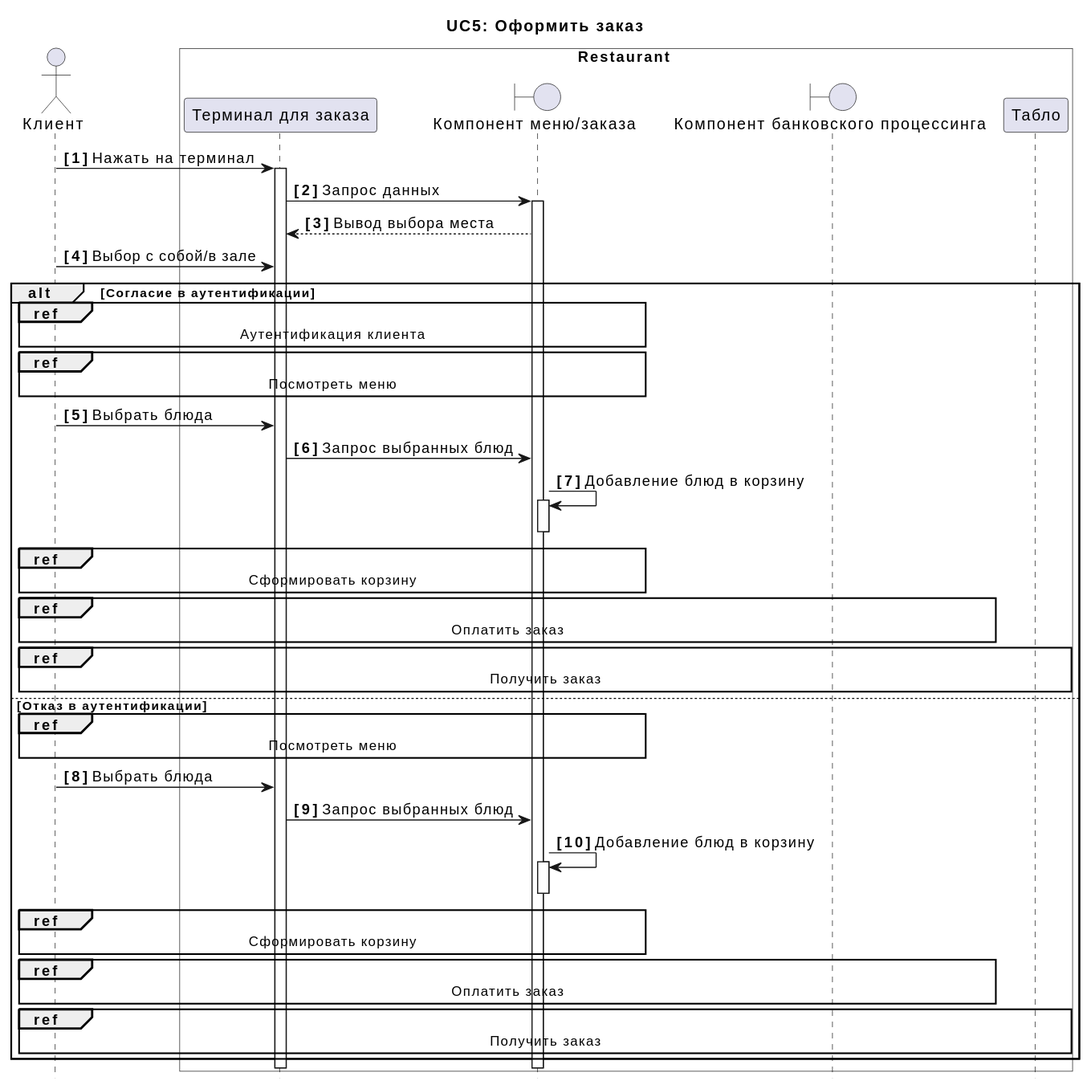
Above: docs/diagrams/include/UC5.svg in xxx996/OTUS_Restaraunt (PlantUML), before the change.
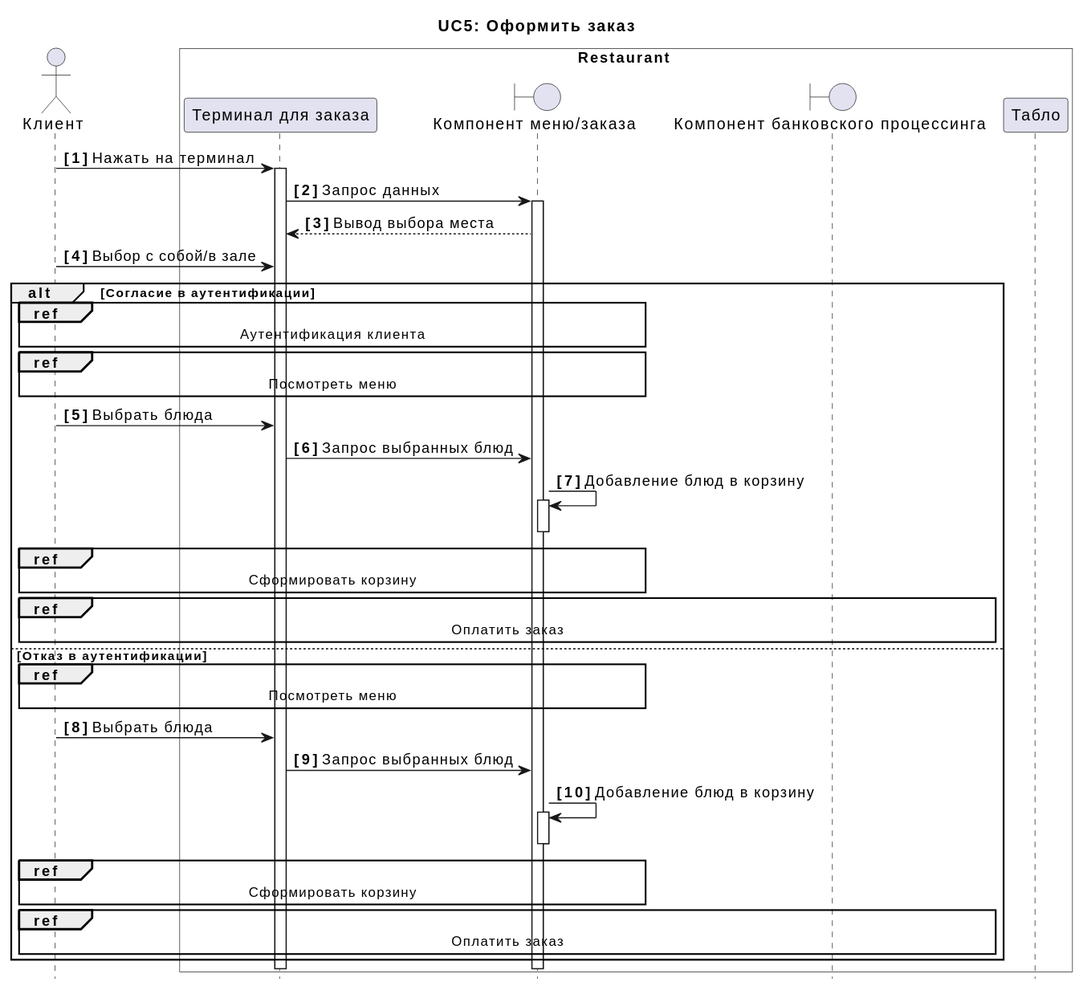
The same file after the commit.

What changed in the source:
```diff
@@ -26,7 +26,6 @@
 F--
 ref over C, F:  Сформировать корзину
 ref over C, B:  Оплатить заказ
-ref over C, D:  Получить заказ
 
 else Отказ в аутентификации
 
@@ -40,7 +39,6 @@
 
 ref over C, F:  Сформировать корзину
 ref over C, B:  Оплатить заказ
-ref over C, D:  Получить заказ
 
 end
 @enduml
```
